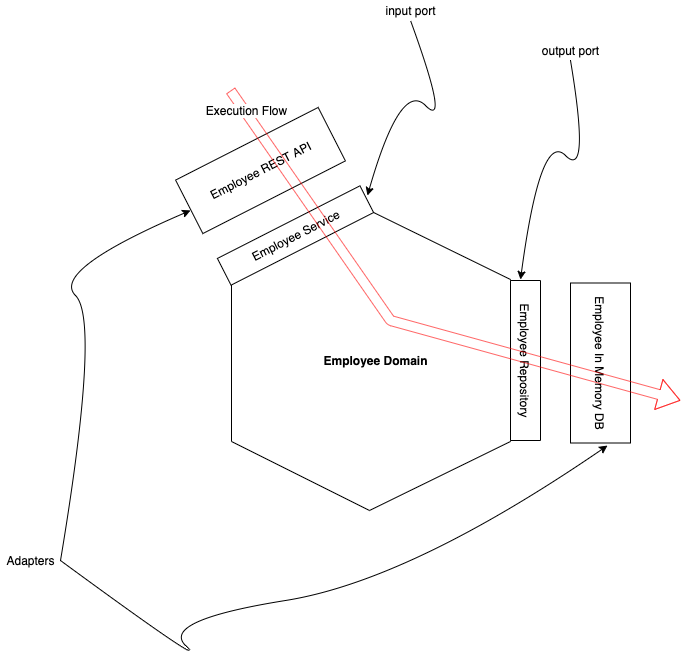
ridakaddir/nest-hexagonal keeps this draw.io diagram as architecture.drawio.png. Above is the earlier version. Source tidied: cells renumbered, new cells last; positions are measured from the earlier drawing's top-left corner, leaving out a move shared by most shapes.
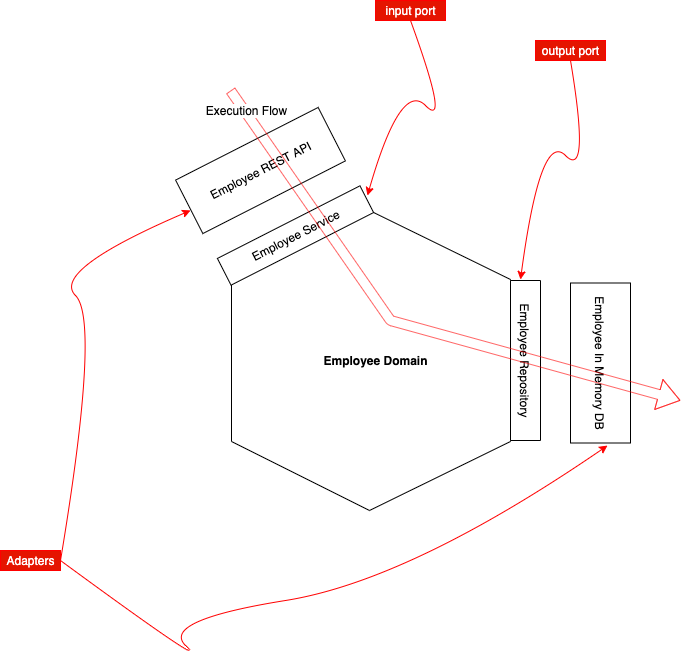
The same file after the commit.

Commit message:
add comments to the diagram

What changed in the source:
```diff
@@ -29,7 +29,7 @@
     <mxCell id="8" value="Execution Flow" style="edgeLabel;html=1;align=center;verticalAlign=middle;fontSize=12;fontFamily=Helvetica;fontColor=default;" parent="7" vertex="1">
       <mxGeometry x="-0.91" y="2" relative="1" as="geometry" />
     </mxCell>
-    <mxCell id="9" style="curved=1;endArrow=classic;html=1;entryX=1.014;entryY=0.402;entryDx=0;entryDy=0;entryPerimeter=0;" parent="1" edge="1" target="4">
+    <mxCell id="9" style="curved=1;endArrow=classic;html=1;entryX=1.014;entryY=0.402;entryDx=0;entryDy=0;entryPerimeter=0;fillColor=#e51400;strokeColor=#FF0000;" parent="1" edge="1" target="4">
       <mxGeometry relative="1" as="geometry">
         <mxPoint x="410" y="20" as="sourcePoint" />
         <Array as="points">
@@ -38,10 +38,10 @@
         </Array>
       </mxGeometry>
     </mxCell>
-    <mxCell id="10" value="input port" style="text;html=1;align=center;verticalAlign=middle;strokeColor=none;fillColor=none;" parent="1" vertex="1">
+    <mxCell id="10" value="input port" style="text;html=1;align=center;verticalAlign=middle;strokeColor=#FF0000;fillColor=#e51400;fontColor=#ffffff;" parent="1" vertex="1">
       <mxGeometry x="375" width="70" height="20" as="geometry" />
     </mxCell>
-    <mxCell id="11" style="curved=1;endArrow=classic;html=1;entryX=-0.006;entryY=0.667;entryDx=0;entryDy=0;entryPerimeter=0;" parent="1" edge="1" target="3">
+    <mxCell id="11" style="curved=1;endArrow=classic;html=1;entryX=-0.006;entryY=0.667;entryDx=0;entryDy=0;entryPerimeter=0;fillColor=#e51400;strokeColor=#FF0000;" parent="1" edge="1" target="3">
       <mxGeometry relative="1" as="geometry">
         <mxPoint x="570" y="60" as="sourcePoint" />
         <Array as="points">
@@ -50,10 +50,10 @@
         </Array>
       </mxGeometry>
     </mxCell>
-    <mxCell id="12" value="output port" style="text;html=1;align=center;verticalAlign=middle;strokeColor=none;fillColor=none;" parent="1" vertex="1">
+    <mxCell id="12" value="output port" style="text;html=1;align=center;verticalAlign=middle;strokeColor=#FF0000;fillColor=#e51400;fontColor=#ffffff;" parent="1" vertex="1">
       <mxGeometry x="535" y="40" width="70" height="20" as="geometry" />
     </mxCell>
-    <mxCell id="13" style="curved=1;endArrow=classic;html=1;entryX=-0.003;entryY=0.564;entryDx=0;entryDy=0;entryPerimeter=0;" parent="1" edge="1" target="5">
+    <mxCell id="13" style="curved=1;endArrow=classic;html=1;entryX=-0.003;entryY=0.564;entryDx=0;entryDy=0;entryPerimeter=0;fillColor=#e51400;strokeColor=#FF0000;" parent="1" edge="1" target="5">
       <mxGeometry relative="1" as="geometry">
         <mxPoint x="60" y="560" as="sourcePoint" />
         <Array as="points">
@@ -62,7 +62,7 @@
         </Array>
       </mxGeometry>
     </mxCell>
-    <mxCell id="14" style="curved=1;endArrow=classic;html=1;entryX=1.016;entryY=0.383;entryDx=0;entryDy=0;entryPerimeter=0;" parent="1" edge="1" target="6">
+    <mxCell id="14" style="curved=1;endArrow=classic;html=1;entryX=1.016;entryY=0.383;entryDx=0;entryDy=0;entryPerimeter=0;fillColor=#e51400;strokeColor=#FF0000;" parent="1" edge="1" target="6">
       <mxGeometry relative="1" as="geometry">
         <mxPoint x="60" y="560" as="sourcePoint" />
         <Array as="points">
@@ -72,7 +72,7 @@
         </Array>
       </mxGeometry>
     </mxCell>
-    <mxCell id="15" value="Adapters" style="text;html=1;align=center;verticalAlign=middle;strokeColor=none;fillColor=none;" parent="1" vertex="1">
+    <mxCell id="15" value="Adapters" style="text;html=1;align=center;verticalAlign=middle;strokeColor=#FF0000;fillColor=#e51400;fontColor=#ffffff;" parent="1" vertex="1">
       <mxGeometry y="550" width="60" height="20" as="geometry" />
     </mxCell>
   </root>
```
